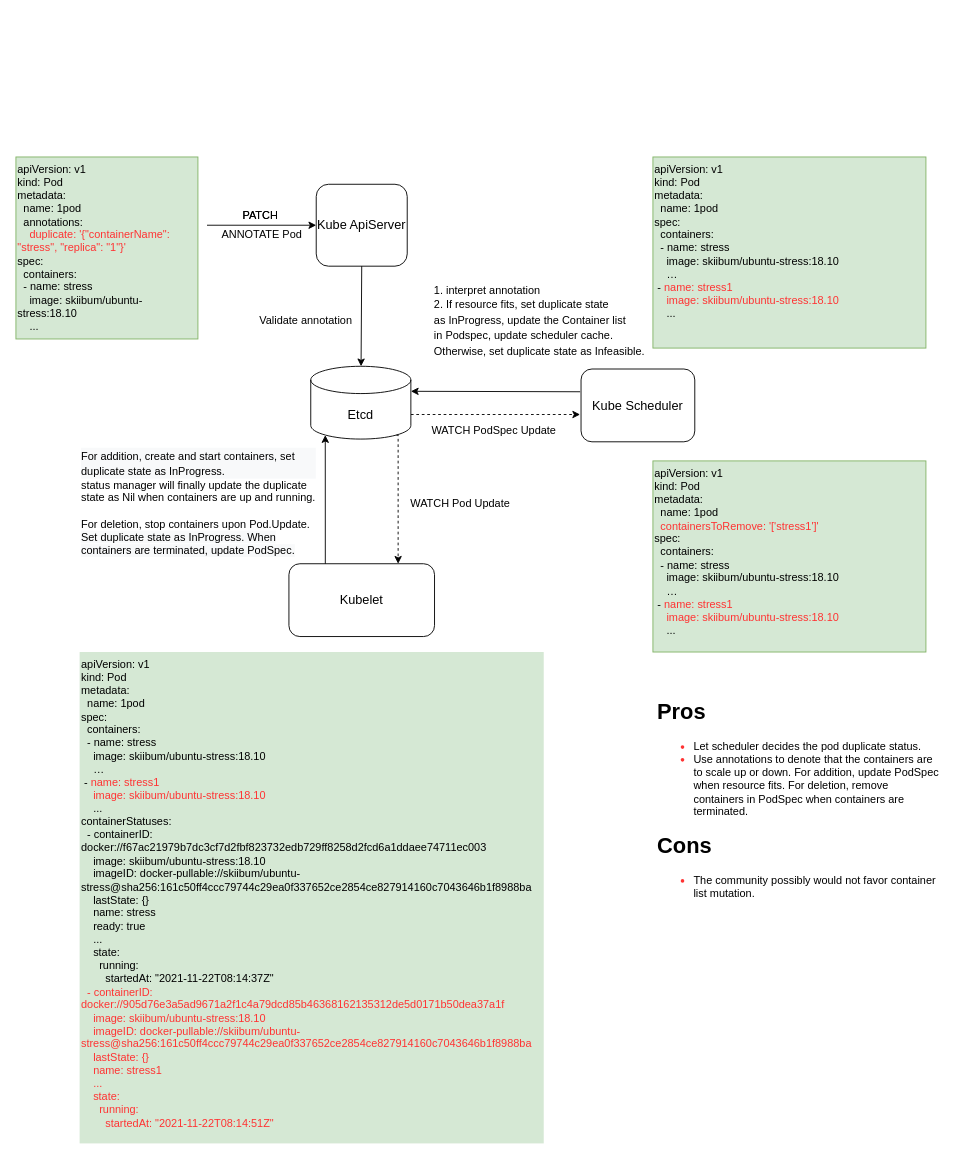
Before: page "option2:annotation" (2 of 4) of Untitled Diagram.drawio in ichbinblau/OTC_Work_Log, a draw.io diagram. Source tidied: cells renumbered, new cells numbered last; positions are measured from the earlier drawing's top-left corner, leaving out a move shared by most shapes. Both pictures are drawn from the tidied source at 91%, with x=0, y=0 at pixel (15, 157).
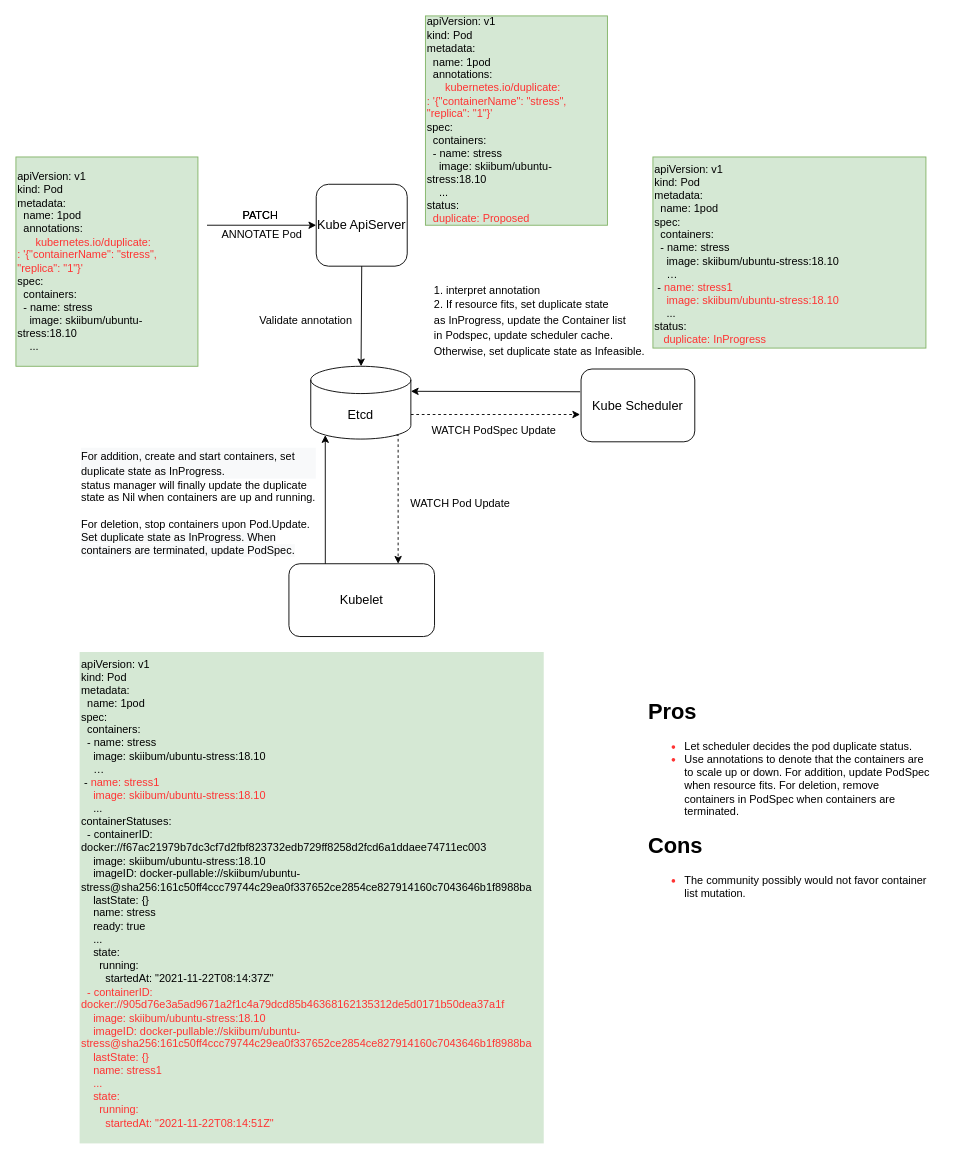
After the change.

The edit, as a diff of the source:
```diff
@@
     <mxCell id="20" value="&lt;h1&gt;&lt;font color=&quot;#000000&quot;&gt;Pros&lt;/font&gt;&lt;/h1&gt;&lt;p&gt;&lt;/p&gt;&lt;ul&gt;&lt;li&gt;&lt;font color=&quot;#000000&quot;&gt;Let scheduler decides&amp;nbsp;the pod duplicate status.&amp;nbsp;&lt;/font&gt;&lt;/li&gt;&lt;li&gt;&lt;font color=&quot;#000000&quot;&gt;Use annotations to denote that the containers are to scale up or down. For addition, update PodSpec when resource fits. For deletion, remove containers in PodSpec when containers are terminated.&amp;nbsp;&amp;nbsp;&lt;/font&gt;&lt;/li&gt;&lt;/ul&gt;&lt;p&gt;&lt;/p&gt;&lt;h1&gt;&lt;font color=&quot;#000000&quot;&gt;Cons&lt;/font&gt;&lt;/h1&gt;&lt;p&gt;&lt;/p&gt;&lt;ul&gt;&lt;li&gt;&lt;font color=&quot;#000000&quot;&gt;The community possibly would not favor container list mutation.&amp;nbsp;&lt;/font&gt;&lt;/li&gt;&lt;/ul&gt;&lt;p&gt;&lt;/p&gt;" style="text;html=1;strokeColor=none;fillColor=none;spacing=5;spacingTop=-20;whiteSpace=wrap;overflow=hidden;rounded=0;fontFamily=Helvetica;fontSize=12;fontColor=#FF3333;align=left;" parent="1" vertex="1">
-      <mxGeometry x="700" y="590" width="320" height="280" as="geometry" />
+      <mxGeometry x="690" y="590" width="320" height="280" as="geometry" />
     </mxCell>
-    <mxCell id="21" value="&lt;div&gt;apiVersion: v1&lt;/div&gt;&lt;div&gt;kind: Pod&lt;/div&gt;&lt;div&gt;metadata:&lt;/div&gt;&lt;div&gt;&amp;nbsp; name: 1pod&lt;/div&gt;&lt;div&gt;&amp;nbsp; annotations:&lt;/div&gt;&lt;div&gt;&lt;font color=&quot;#ff3333&quot;&gt;&amp;nbsp; &amp;nbsp; duplicate: '{&quot;containerName&quot;: &quot;stress&quot;, &quot;replica&quot;: &quot;1&quot;}'&lt;/font&gt;&lt;/div&gt;&lt;div&gt;spec:&lt;/div&gt;&lt;div&gt;&amp;nbsp; containers:&lt;/div&gt;&lt;div&gt;&amp;nbsp; - name: stress&lt;/div&gt;&lt;div&gt;&amp;nbsp; &amp;nbsp; image: skiibum/ubuntu-stress:18.10&lt;/div&gt;&lt;div&gt;&amp;nbsp; &amp;nbsp; ...&lt;/div&gt;" style="rounded=0;whiteSpace=wrap;html=1;fontFamily=Helvetica;fontSize=12;align=left;fillColor=#d5e8d4;strokeColor=#82b366;" parent="1" vertex="1">
-      <mxGeometry width="200" height="200" as="geometry" />
+    <mxCell id="21" value="&lt;div&gt;apiVersion: v1&lt;/div&gt;&lt;div&gt;kind: Pod&lt;/div&gt;&lt;div&gt;metadata:&lt;/div&gt;&lt;div&gt;&amp;nbsp; name: 1pod&lt;/div&gt;&lt;div&gt;&amp;nbsp; annotations:&lt;/div&gt;&lt;div&gt;&lt;font color=&quot;#ff3333&quot;&gt;&amp;nbsp; &amp;nbsp;&amp;nbsp;&lt;/font&gt;&lt;font color=&quot;#ff3333&quot;&gt;&amp;nbsp; kubernetes.io/&lt;/font&gt;&lt;span style=&quot;color: rgb(255 , 51 , 51)&quot;&gt;duplicate:&lt;br&gt;&lt;/span&gt;&lt;font color=&quot;#ff3333&quot;&gt;: '{&quot;containerName&quot;: &quot;stress&quot;, &quot;replica&quot;: &quot;1&quot;}'&lt;/font&gt;&lt;/div&gt;&lt;div&gt;spec:&lt;/div&gt;&lt;div&gt;&amp;nbsp; containers:&lt;/div&gt;&lt;div&gt;&amp;nbsp; - name: stress&lt;/div&gt;&lt;div&gt;&amp;nbsp; &amp;nbsp; image: skiibum/ubuntu-stress:18.10&lt;/div&gt;&lt;div&gt;&amp;nbsp; &amp;nbsp; ...&lt;/div&gt;" style="rounded=0;whiteSpace=wrap;html=1;fontFamily=Helvetica;fontSize=12;align=left;fillColor=#d5e8d4;strokeColor=#82b366;" parent="1" vertex="1">
+      <mxGeometry width="200" height="230" as="geometry" />
     </mxCell>
-    <mxCell id="22" value="apiVersion: v1&lt;br&gt;kind: Pod&lt;br&gt;metadata:&lt;br&gt;&amp;nbsp; name: 1pod&lt;font color=&quot;#ff3333&quot;&gt;&lt;br&gt;&lt;/font&gt;spec:&lt;br&gt;&amp;nbsp; containers:&lt;br&gt;&amp;nbsp; - name: stress&lt;br&gt;&amp;nbsp; &amp;nbsp; image: skiibum/ubuntu-stress:18.10&lt;br&gt;&amp;nbsp; &amp;nbsp; …&lt;br&gt;&amp;nbsp;- &lt;font color=&quot;#ff3333&quot;&gt;name: stress1&lt;br&gt;&amp;nbsp; &amp;nbsp; image: skiibum/ubuntu-stress:18.10&lt;/font&gt;&lt;br&gt;&amp;nbsp; &amp;nbsp; ..." style="text;whiteSpace=wrap;html=1;fontSize=12;fontFamily=Helvetica;fillColor=#d5e8d4;strokeColor=#82b366;" parent="1" vertex="1">
+    <mxCell id="22" value="apiVersion: v1&lt;br&gt;kind: Pod&lt;br&gt;metadata:&lt;br&gt;&amp;nbsp; name: 1pod&lt;font color=&quot;#ff3333&quot;&gt;&lt;br&gt;&lt;/font&gt;spec:&lt;br&gt;&amp;nbsp; containers:&lt;br&gt;&amp;nbsp; - name: stress&lt;br&gt;&amp;nbsp; &amp;nbsp; image: skiibum/ubuntu-stress:18.10&lt;br&gt;&amp;nbsp; &amp;nbsp; …&lt;br&gt;&amp;nbsp;- &lt;font color=&quot;#ff3333&quot;&gt;name: stress1&lt;br&gt;&amp;nbsp; &amp;nbsp; image: skiibum/ubuntu-stress:18.10&lt;/font&gt;&lt;br&gt;&amp;nbsp; &amp;nbsp; ...&lt;br&gt;status:&lt;br&gt;&amp;nbsp; &amp;nbsp;&lt;font color=&quot;#ff3333&quot;&gt;duplicate: InProgress&lt;/font&gt;" style="text;whiteSpace=wrap;html=1;fontSize=12;fontFamily=Helvetica;fillColor=#d5e8d4;strokeColor=#82b366;" parent="1" vertex="1">
       <mxGeometry x="700" width="300" height="210" as="geometry" />
     </mxCell>
-    <mxCell id="23" value="apiVersion: v1&lt;br&gt;kind: Pod&lt;br&gt;metadata:&lt;br&gt;&amp;nbsp; name: 1pod&lt;br&gt;&lt;font color=&quot;#ff3333&quot;&gt;&amp;nbsp; containersToRemove: '['stress1']'&lt;br&gt;&lt;/font&gt;spec:&lt;br&gt;&amp;nbsp; containers:&lt;br&gt;&amp;nbsp; - name: stress&lt;br&gt;&amp;nbsp; &amp;nbsp; image: skiibum/ubuntu-stress:18.10&lt;br&gt;&amp;nbsp; &amp;nbsp; …&lt;br&gt;&amp;nbsp;- &lt;font color=&quot;#ff3333&quot;&gt;name: stress1&lt;br&gt;&amp;nbsp; &amp;nbsp; image: skiibum/ubuntu-stress:18.10&lt;/font&gt;&lt;br&gt;&amp;nbsp; &amp;nbsp; ..." style="text;whiteSpace=wrap;html=1;fontSize=12;fontFamily=Helvetica;fillColor=#d5e8d4;strokeColor=#82b366;" parent="1" vertex="1">
-      <mxGeometry x="700" y="334" width="300" height="210" as="geometry" />
-    </mxCell>
@@
+    <mxCell id="25" value="&lt;div&gt;apiVersion: v1&lt;/div&gt;&lt;div&gt;kind: Pod&lt;/div&gt;&lt;div&gt;metadata:&lt;/div&gt;&lt;div&gt;&amp;nbsp; name: 1pod&lt;/div&gt;&lt;div&gt;&amp;nbsp; annotations:&lt;/div&gt;&lt;div&gt;&lt;font color=&quot;#ff3333&quot;&gt;&amp;nbsp; &amp;nbsp;&amp;nbsp;&lt;/font&gt;&lt;font color=&quot;#ff3333&quot;&gt;&amp;nbsp; kubernetes.io/&lt;/font&gt;&lt;span style=&quot;color: rgb(255 , 51 , 51)&quot;&gt;duplicate:&lt;br&gt;&lt;/span&gt;&lt;font color=&quot;#ff3333&quot;&gt;: '{&quot;containerName&quot;: &quot;stress&quot;, &quot;replica&quot;: &quot;1&quot;}'&lt;/font&gt;&lt;/div&gt;&lt;div&gt;spec:&lt;/div&gt;&lt;div&gt;&amp;nbsp; containers:&lt;/div&gt;&lt;div&gt;&amp;nbsp; - name: stress&lt;/div&gt;&lt;div&gt;&amp;nbsp; &amp;nbsp; image: skiibum/ubuntu-stress:18.10&lt;/div&gt;&lt;div&gt;&amp;nbsp; &amp;nbsp; ...&lt;/div&gt;&lt;div&gt;status:&lt;/div&gt;&lt;div&gt;&lt;font color=&quot;#ff3333&quot;&gt;&amp;nbsp; duplicate: Proposed&lt;/font&gt;&lt;/div&gt;" style="rounded=0;whiteSpace=wrap;html=1;fontFamily=Helvetica;fontSize=12;align=left;fillColor=#d5e8d4;strokeColor=#82b366;" parent="1" vertex="1">
+      <mxGeometry x="450" y="-155" width="200" height="230" as="geometry" />
+    </mxCell>
```
